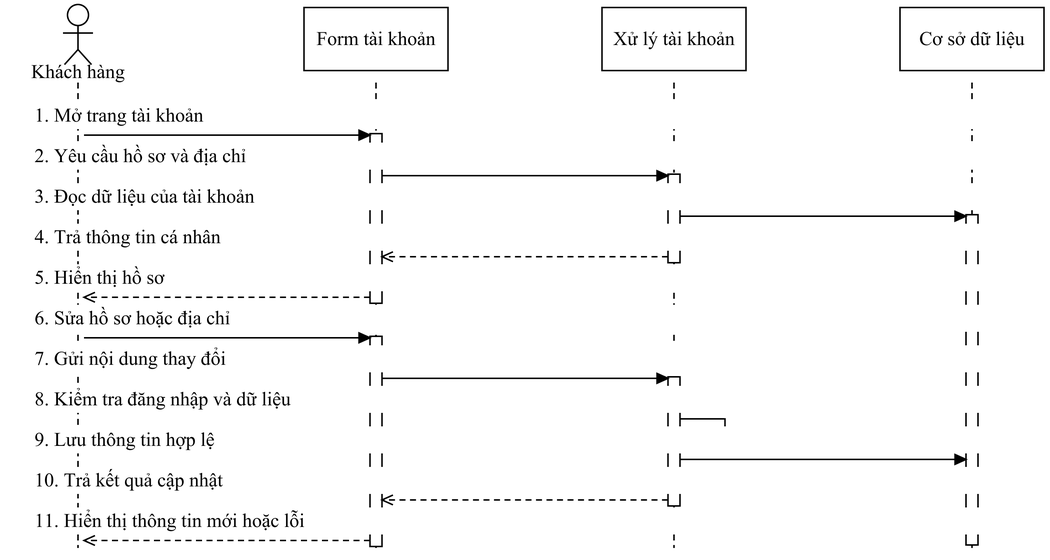
Earlier version of the draw.io export docs/do-an-LSOUL/So-do-LSOUL-rut-gon/anh-png/SEQ-04.png (Loccao102/BanHang). Source tidied: cells renumbered, new cells last; positions are measured from the earlier drawing's top-left corner, leaving out a move shared by most shapes.
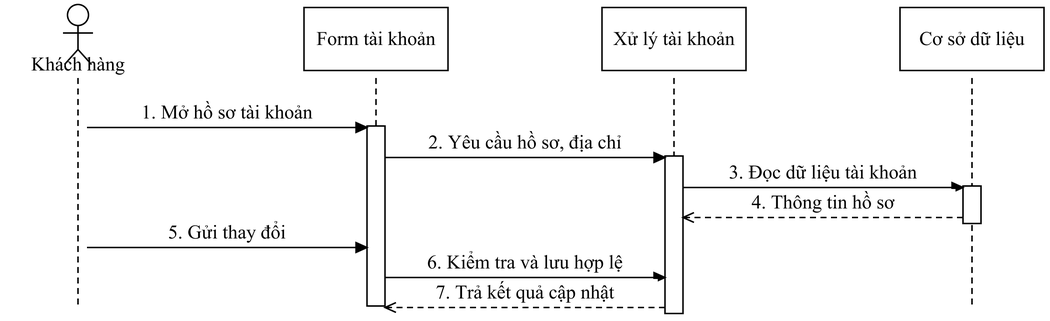
The same diagram one commit later.

What changed in the source:
```diff
@@ -6,4 +6,4 @@
       <mxGeometry relative="1" as="geometry">
-        <mxPoint x="48" y="52" as="sourcePoint" />
-        <mxPoint x="48" y="362" as="targetPoint" />
+        <mxPoint x="48" y="49" as="sourcePoint" />
+        <mxPoint x="48" y="203" as="targetPoint" />
       </mxGeometry>
@@ -12,4 +12,4 @@
       <mxGeometry relative="1" as="geometry">
-        <mxPoint x="246.7" y="52" as="sourcePoint" />
-        <mxPoint x="246.7" y="362" as="targetPoint" />
+        <mxPoint x="246.7" y="49" as="sourcePoint" />
+        <mxPoint x="246.7" y="203" as="targetPoint" />
       </mxGeometry>
@@ -18,4 +18,4 @@
       <mxGeometry relative="1" as="geometry">
-        <mxPoint x="445.3" y="52" as="sourcePoint" />
-        <mxPoint x="445.3" y="362" as="targetPoint" />
+        <mxPoint x="445.3" y="49" as="sourcePoint" />
+        <mxPoint x="445.3" y="203" as="targetPoint" />
       </mxGeometry>
@@ -24,4 +24,4 @@
       <mxGeometry relative="1" as="geometry">
-        <mxPoint x="644" y="52" as="sourcePoint" />
-        <mxPoint x="644" y="362" as="targetPoint" />
+        <mxPoint x="644" y="49" as="sourcePoint" />
+        <mxPoint x="644" y="203" as="targetPoint" />
       </mxGeometry>
@@ -29,18 +29,21 @@
     <mxCell id="6" style="fontFamily=Times New Roman;fontSize=13;fontColor=#000000;strokeColor=#000000;strokeWidth=1;fillColor=#FFFFFF;shadow=0;rounded=0;html=0;whiteSpace=wrap;spacing=5;align=center;verticalAlign=middle;" parent="1" vertex="1">
-      <mxGeometry x="441.3" y="113" width="8" height="59" as="geometry" />
+      <mxGeometry x="638" y="121" width="12" height="25" as="geometry" />
     </mxCell>
     <mxCell id="7" style="fontFamily=Times New Roman;fontSize=13;fontColor=#000000;strokeColor=#000000;strokeWidth=1;fillColor=#FFFFFF;shadow=0;rounded=0;html=0;whiteSpace=wrap;spacing=5;align=center;verticalAlign=middle;" parent="1" vertex="1">
-      <mxGeometry x="242.7" y="86" width="8" height="113" as="geometry" />
+      <mxGeometry x="439.3" y="101" width="12" height="105" as="geometry" />
     </mxCell>
     <mxCell id="8" style="fontFamily=Times New Roman;fontSize=13;fontColor=#000000;strokeColor=#000000;strokeWidth=1;fillColor=#FFFFFF;shadow=0;rounded=0;html=0;whiteSpace=wrap;spacing=5;align=center;verticalAlign=middle;" parent="1" vertex="1">
-      <mxGeometry x="441.3" y="248" width="8" height="86" as="geometry" />
+      <mxGeometry x="240.7" y="81" width="12" height="120" as="geometry" />
     </mxCell>
-    <mxCell id="9" style="fontFamily=Times New Roman;fontSize=13;fontColor=#000000;strokeColor=#000000;strokeWidth=1;fillColor=#FFFFFF;shadow=0;rounded=0;html=0;whiteSpace=wrap;spacing=5;align=center;verticalAlign=middle;" parent="1" vertex="1">
-      <mxGeometry x="242.7" y="221" width="8" height="140" as="geometry" />
+    <mxCell id="9" value="1. Mở hồ sơ tài khoản" style="fontFamily=Times New Roman;fontSize=13;fontColor=#000000;strokeColor=#000000;strokeWidth=1;fillColor=#FFFFFF;shadow=0;rounded=0;html=0;whiteSpace=wrap;spacing=5;text;strokeColor=none;fillColor=none;align=center;verticalAlign=middle;fillColor=#FFFFFF;" parent="1" vertex="1">
+      <mxGeometry x="59" y="63" width="176.7" height="18" as="geometry" />
     </mxCell>
-    <mxCell id="10" style="fontFamily=Times New Roman;fontSize=13;fontColor=#000000;strokeColor=#000000;strokeWidth=1;fillColor=#FFFFFF;shadow=0;rounded=0;html=0;whiteSpace=wrap;spacing=5;align=center;verticalAlign=middle;" parent="1" vertex="1">
-      <mxGeometry x="640" y="140" width="8" height="220" as="geometry" />
+    <mxCell id="10" style="fontFamily=Times New Roman;fontSize=13;fontColor=#000000;strokeColor=#000000;strokeWidth=1;fillColor=#FFFFFF;shadow=0;rounded=0;html=0;whiteSpace=wrap;spacing=5;endArrow=block;endFill=1;startArrow=none;" parent="1" edge="1">
+      <mxGeometry relative="1" as="geometry">
+        <mxPoint x="54" y="82" as="sourcePoint" />
+        <mxPoint x="240.7" y="82" as="targetPoint" />
+      </mxGeometry>
     </mxCell>
-    <mxCell id="11" value="1. Mở trang tài khoản" style="fontFamily=Times New Roman;fontSize=13;fontColor=#000000;strokeColor=#000000;strokeWidth=1;fillColor=#FFFFFF;shadow=0;rounded=0;html=0;whiteSpace=wrap;spacing=5;text;strokeColor=none;fillColor=none;align=left;verticalAlign=middle;fillColor=#FFFFFF;" parent="1" vertex="1">
-      <mxGeometry x="14" y="65" width="664" height="18" as="geometry" />
+    <mxCell id="11" value="2. Yêu cầu hồ sơ, địa chỉ" style="fontFamily=Times New Roman;fontSize=13;fontColor=#000000;strokeColor=#000000;strokeWidth=1;fillColor=#FFFFFF;shadow=0;rounded=0;html=0;whiteSpace=wrap;spacing=5;text;strokeColor=none;fillColor=none;align=center;verticalAlign=middle;fillColor=#FFFFFF;" parent="1" vertex="1">
+      <mxGeometry x="257.7" y="83" width="176.7" height="18" as="geometry" />
     </mxCell>
@@ -48,8 +51,8 @@
       <mxGeometry relative="1" as="geometry">
-        <mxPoint x="52" y="87" as="sourcePoint" />
-        <mxPoint x="242.7" y="87" as="targetPoint" />
+        <mxPoint x="252.7" y="102" as="sourcePoint" />
+        <mxPoint x="439.3" y="102" as="targetPoint" />
       </mxGeometry>
     </mxCell>
-    <mxCell id="13" value="2. Yêu cầu hồ sơ và địa chỉ" style="fontFamily=Times New Roman;fontSize=13;fontColor=#000000;strokeColor=#000000;strokeWidth=1;fillColor=#FFFFFF;shadow=0;rounded=0;html=0;whiteSpace=wrap;spacing=5;text;strokeColor=none;fillColor=none;align=left;verticalAlign=middle;fillColor=#FFFFFF;" parent="1" vertex="1">
-      <mxGeometry x="14" y="92" width="664" height="18" as="geometry" />
+    <mxCell id="13" value="3. Đọc dữ liệu tài khoản" style="fontFamily=Times New Roman;fontSize=13;fontColor=#000000;strokeColor=#000000;strokeWidth=1;fillColor=#FFFFFF;shadow=0;rounded=0;html=0;whiteSpace=wrap;spacing=5;text;strokeColor=none;fillColor=none;align=center;verticalAlign=middle;fillColor=#FFFFFF;" parent="1" vertex="1">
+      <mxGeometry x="456.3" y="103" width="176.7" height="18" as="geometry" />
     </mxCell>
@@ -57,121 +60,72 @@
       <mxGeometry relative="1" as="geometry">
-        <mxPoint x="250.7" y="114" as="sourcePoint" />
-        <mxPoint x="441.3" y="114" as="targetPoint" />
+        <mxPoint x="451.3" y="122" as="sourcePoint" />
+        <mxPoint x="638" y="122" as="targetPoint" />
       </mxGeometry>
     </mxCell>
-    <mxCell id="15" value="3. Đọc dữ liệu của tài khoản" style="fontFamily=Times New Roman;fontSize=13;fontColor=#000000;strokeColor=#000000;strokeWidth=1;fillColor=#FFFFFF;shadow=0;rounded=0;html=0;whiteSpace=wrap;spacing=5;text;strokeColor=none;fillColor=none;align=left;verticalAlign=middle;fillColor=#FFFFFF;" parent="1" vertex="1">
-      <mxGeometry x="14" y="119" width="664" height="18" as="geometry" />
+    <mxCell id="15" value="4. Thông tin hồ sơ" style="fontFamily=Times New Roman;fontSize=13;fontColor=#000000;strokeColor=#000000;strokeWidth=1;fillColor=#FFFFFF;shadow=0;rounded=0;html=0;whiteSpace=wrap;spacing=5;text;strokeColor=none;fillColor=none;align=center;verticalAlign=middle;fillColor=#FFFFFF;" parent="1" vertex="1">
+      <mxGeometry x="456.3" y="123" width="176.7" height="18" as="geometry" />
     </mxCell>
-    <mxCell id="16" style="fontFamily=Times New Roman;fontSize=13;fontColor=#000000;strokeColor=#000000;strokeWidth=1;fillColor=#FFFFFF;shadow=0;rounded=0;html=0;whiteSpace=wrap;spacing=5;endArrow=block;endFill=1;startArrow=none;" parent="1" edge="1">
+    <mxCell id="16" style="fontFamily=Times New Roman;fontSize=13;fontColor=#000000;strokeColor=#000000;strokeWidth=1;fillColor=#FFFFFF;shadow=0;rounded=0;html=0;whiteSpace=wrap;spacing=5;endArrow=open;endFill=1;startArrow=none;dashed=1;dashPattern=4 3;" parent="1" edge="1">
       <mxGeometry relative="1" as="geometry">
-        <mxPoint x="449.3" y="141" as="sourcePoint" />
-        <mxPoint x="640" y="141" as="targetPoint" />
+        <mxPoint x="638" y="142" as="sourcePoint" />
+        <mxPoint x="451.3" y="142" as="targetPoint" />
       </mxGeometry>
     </mxCell>
-    <mxCell id="17" value="4. Trả thông tin cá nhân" style="fontFamily=Times New Roman;fontSize=13;fontColor=#000000;strokeColor=#000000;strokeWidth=1;fillColor=#FFFFFF;shadow=0;rounded=0;html=0;whiteSpace=wrap;spacing=5;text;strokeColor=none;fillColor=none;align=left;verticalAlign=middle;fillColor=#FFFFFF;" parent="1" vertex="1">
-      <mxGeometry x="14" y="146" width="664" height="18" as="geometry" />
+    <mxCell id="17" value="5. Gửi thay đổi" style="fontFamily=Times New Roman;fontSize=13;fontColor=#000000;strokeColor=#000000;strokeWidth=1;fillColor=#FFFFFF;shadow=0;rounded=0;html=0;whiteSpace=wrap;spacing=5;text;strokeColor=none;fillColor=none;align=center;verticalAlign=middle;fillColor=#FFFFFF;" parent="1" vertex="1">
+      <mxGeometry x="59" y="143" width="176.7" height="18" as="geometry" />
     </mxCell>
-    <mxCell id="18" style="fontFamily=Times New Roman;fontSize=13;fontColor=#000000;strokeColor=#000000;strokeWidth=1;fillColor=#FFFFFF;shadow=0;rounded=0;html=0;whiteSpace=wrap;spacing=5;endArrow=open;endFill=1;startArrow=none;dashed=1;dashPattern=4 3;" parent="1" edge="1">
+    <mxCell id="18" style="fontFamily=Times New Roman;fontSize=13;fontColor=#000000;strokeColor=#000000;strokeWidth=1;fillColor=#FFFFFF;shadow=0;rounded=0;html=0;whiteSpace=wrap;spacing=5;endArrow=block;endFill=1;startArrow=none;" parent="1" edge="1">
       <mxGeometry relative="1" as="geometry">
-        <mxPoint x="441.3" y="168" as="sourcePoint" />
-        <mxPoint x="250.7" y="168" as="targetPoint" />
+        <mxPoint x="54" y="162" as="sourcePoint" />
+        <mxPoint x="240.7" y="162" as="targetPoint" />
       </mxGeometry>
     </mxCell>
-    <mxCell id="19" value="5. Hiển thị hồ sơ" style="fontFamily=Times New Roman;fontSize=13;fontColor=#000000;strokeColor=#000000;strokeWidth=1;fillColor=#FFFFFF;shadow=0;rounded=0;html=0;whiteSpace=wrap;spacing=5;text;strokeColor=none;fillColor=none;align=left;verticalAlign=middle;fillColor=#FFFFFF;" parent="1" vertex="1">
-      <mxGeometry x="14" y="173" width="664" height="18" as="geometry" />
+    <mxCell id="19" value="6. Kiểm tra và lưu hợp lệ" style="fontFamily=Times New Roman;fontSize=13;fontColor=#000000;strokeColor=#000000;strokeWidth=1;fillColor=#FFFFFF;shadow=0;rounded=0;html=0;whiteSpace=wrap;spacing=5;text;strokeColor=none;fillColor=none;align=center;verticalAlign=middle;fillColor=#FFFFFF;" parent="1" vertex="1">
+      <mxGeometry x="257.7" y="163" width="176.7" height="18" as="geometry" />
     </mxCell>
-    <mxCell id="20" style="fontFamily=Times New Roman;fontSize=13;fontColor=#000000;strokeColor=#000000;strokeWidth=1;fillColor=#FFFFFF;shadow=0;rounded=0;html=0;whiteSpace=wrap;spacing=5;endArrow=open;endFill=1;startArrow=none;dashed=1;dashPattern=4 3;" parent="1" edge="1">
+    <mxCell id="20" style="fontFamily=Times New Roman;fontSize=13;fontColor=#000000;strokeColor=#000000;strokeWidth=1;fillColor=#FFFFFF;shadow=0;rounded=0;html=0;whiteSpace=wrap;spacing=5;endArrow=block;endFill=1;startArrow=none;" parent="1" edge="1">
       <mxGeometry relative="1" as="geometry">
-        <mxPoint x="242.7" y="195" as="sourcePoint" />
-        <mxPoint x="52" y="195" as="targetPoint" />
+        <mxPoint x="252.7" y="182" as="sourcePoint" />
+        <mxPoint x="439.3" y="182" as="targetPoint" />
       </mxGeometry>
     </mxCell>
-    <mxCell id="21" value="6. Sửa hồ sơ hoặc địa chỉ" style="fontFamily=Times New Roman;fontSize=13;fontColor=#000000;strokeColor=#000000;strokeWidth=1;fillColor=#FFFFFF;shadow=0;rounded=0;html=0;whiteSpace=wrap;spacing=5;text;strokeColor=none;fillColor=none;align=left;verticalAlign=middle;fillColor=#FFFFFF;" parent="1" vertex="1">
-      <mxGeometry x="14" y="200" width="664" height="18" as="geometry" />
+    <mxCell id="21" value="7. Trả kết quả cập nhật" style="fontFamily=Times New Roman;fontSize=13;fontColor=#000000;strokeColor=#000000;strokeWidth=1;fillColor=#FFFFFF;shadow=0;rounded=0;html=0;whiteSpace=wrap;spacing=5;text;strokeColor=none;fillColor=none;align=center;verticalAlign=middle;fillColor=#FFFFFF;" parent="1" vertex="1">
+      <mxGeometry x="257.7" y="183" width="176.7" height="18" as="geometry" />
     </mxCell>
-    <mxCell id="22" style="fontFamily=Times New Roman;fontSize=13;fontColor=#000000;strokeColor=#000000;strokeWidth=1;fillColor=#FFFFFF;shadow=0;rounded=0;html=0;whiteSpace=wrap;spacing=5;endArrow=block;endFill=1;startArrow=none;" parent="1" edge="1">
+    <mxCell id="22" style="fontFamily=Times New Roman;fontSize=13;fontColor=#000000;strokeColor=#000000;strokeWidth=1;fillColor=#FFFFFF;shadow=0;rounded=0;html=0;whiteSpace=wrap;spacing=5;endArrow=open;endFill=1;startArrow=none;dashed=1;dashPattern=4 3;" parent="1" edge="1">
       <mxGeometry relative="1" as="geometry">
-        <mxPoint x="52" y="222" as="sourcePoint" />
-        <mxPoint x="242.7" y="222" as="targetPoint" />
+        <mxPoint x="439.3" y="202" as="sourcePoint" />
+        <mxPoint x="252.7" y="202" as="targetPoint" />
       </mxGeometry>
     </mxCell>
-    <mxCell id="23" value="7. Gửi nội dung thay đổi" style="fontFamily=Times New Roman;fontSize=13;fontColor=#000000;strokeColor=#000000;strokeWidth=1;fillColor=#FFFFFF;shadow=0;rounded=0;html=0;whiteSpace=wrap;spacing=5;text;strokeColor=none;fillColor=none;align=left;verticalAlign=middle;fillColor=#FFFFFF;" parent="1" vertex="1">
-      <mxGeometry x="14" y="227" width="664" height="18" as="geometry" />
+    <mxCell id="23" style="fontFamily=Times New Roman;fontSize=13;fontColor=#000000;strokeColor=#000000;strokeWidth=1;fillColor=#FFFFFF;shadow=0;rounded=0;html=0;whiteSpace=wrap;spacing=5;ellipse;perimeter=ellipsePerimeter;align=center;verticalAlign=middle;" parent="1" vertex="1">
+      <mxGeometry x="41" width="14" height="14" as="geometry" />
     </mxCell>
-    <mxCell id="24" style="fontFamily=Times New Roman;fontSize=13;fontColor=#000000;strokeColor=#000000;strokeWidth=1;fillColor=#FFFFFF;shadow=0;rounded=0;html=0;whiteSpace=wrap;spacing=5;endArrow=block;endFill=1;startArrow=none;" parent="1" edge="1">
+    <mxCell id="24" style="fontFamily=Times New Roman;fontSize=13;fontColor=#000000;strokeColor=#000000;strokeWidth=1;fillColor=#FFFFFF;shadow=0;rounded=0;html=0;whiteSpace=wrap;spacing=5;endArrow=none;endFill=1;startArrow=none;" parent="1" edge="1">
       <mxGeometry relative="1" as="geometry">
-        <mxPoint x="250.7" y="249" as="sourcePoint" />
-        <mxPoint x="441.3" y="249" as="targetPoint" />
+        <mxPoint x="48" y="14" as="sourcePoint" />
+        <mxPoint x="48" y="30" as="targetPoint" />
       </mxGeometry>
     </mxCell>
-    <mxCell id="25" value="8. Kiểm tra đăng nhập và dữ liệu" style="fontFamily=Times New Roman;fontSize=13;fontColor=#000000;strokeColor=#000000;strokeWidth=1;fillColor=#FFFFFF;shadow=0;rounded=0;html=0;whiteSpace=wrap;spacing=5;text;strokeColor=none;fillColor=none;align=left;verticalAlign=middle;fillColor=#FFFFFF;" parent="1" vertex="1">
-      <mxGeometry x="14" y="254" width="664" height="18" as="geometry" />
+    <mxCell id="25" style="fontFamily=Times New Roman;fontSize=13;fontColor=#000000;strokeColor=#000000;strokeWidth=1;fillColor=#FFFFFF;shadow=0;rounded=0;html=0;whiteSpace=wrap;spacing=5;endArrow=none;endFill=1;startArrow=none;" parent="1" edge="1">
+      <mxGeometry relative="1" as="geometry">
+        <mxPoint x="38" y="19" as="sourcePoint" />
+        <mxPoint x="58" y="19" as="targetPoint" />
+      </mxGeometry>
     </mxCell>
-    <mxCell id="26" style="fontFamily=Times New Roman;fontSize=13;fontColor=#000000;strokeColor=#000000;strokeWidth=1;fillColor=#FFFFFF;shadow=0;rounded=0;html=0;whiteSpace=wrap;spacing=5;endArrow=block;endFill=1;startArrow=none;" parent="1" edge="1">
+    <mxCell id="26" style="fontFamily=Times New Roman;fontSize=13;fontColor=#000000;strokeColor=#000000;strokeWidth=1;fillColor=#FFFFFF;shadow=0;rounded=0;html=0;whiteSpace=wrap;spacing=5;endArrow=none;endFill=1;startArrow=none;" parent="1" edge="1">
       <mxGeometry relative="1" as="geometry">
-        <mxPoint x="449.3" y="276" as="sourcePoint" />
-        <mxPoint x="450.3" y="288" as="targetPoint" />
-        <Array as="points">
-          <mxPoint x="479.3" y="276" />
-          <mxPoint x="479.3" y="288" />
-        </Array>
+        <mxPoint x="48" y="30" as="sourcePoint" />
+        <mxPoint x="39" y="40" as="targetPoint" />
       </mxGeometry>
     </mxCell>
-    <mxCell id="27" value="9. Lưu thông tin hợp lệ" style="fontFamily=Times New Roman;fontSize=13;fontColor=#000000;strokeColor=#000000;strokeWidth=1;fillColor=#FFFFFF;shadow=0;rounded=0;html=0;whiteSpace=wrap;spacing=5;text;strokeColor=none;fillColor=none;align=left;verticalAlign=middle;fillColor=#FFFFFF;" parent="1" vertex="1">
-      <mxGeometry x="14" y="281" width="664" height="18" as="geometry" />
+    <mxCell id="27" style="fontFamily=Times New Roman;fontSize=13;fontColor=#000000;strokeColor=#000000;strokeWidth=1;fillColor=#FFFFFF;shadow=0;rounded=0;html=0;whiteSpace=wrap;spacing=5;endArrow=none;endFill=1;startArrow=none;" parent="1" edge="1">
+      <mxGeometry relative="1" as="geometry">
+        <mxPoint x="48" y="30" as="sourcePoint" />
+        <mxPoint x="57" y="40" as="targetPoint" />
+      </mxGeometry>
     </mxCell>
-    <mxCell id="28" style="fontFamily=Times New Roman;fontSize=13;fontColor=#000000;strokeColor=#000000;strokeWidth=1;fillColor=#FFFFFF;shadow=0;rounded=0;html=0;whiteSpace=wrap;spacing=5;endArrow=block;endFill=1;startArrow=none;" parent="1" edge="1">
-      <mxGeometry relative="1" as="geometry">
-        <mxPoint x="449.3" y="303" as="sourcePoint" />
-        <mxPoint x="640" y="303" as="targetPoint" />
-      </mxGeometry>
+    <mxCell id="28" value="Khách hàng" style="fontFamily=Times New Roman;fontSize=13;fontColor=#000000;strokeColor=#000000;strokeWidth=1;fillColor=#FFFFFF;shadow=0;rounded=0;html=0;whiteSpace=wrap;spacing=5;text;strokeColor=none;fillColor=none;align=center;verticalAlign=middle;" parent="1" vertex="1">
+      <mxGeometry y="32" width="96" height="16" as="geometry" />
     </mxCell>
-    <mxCell id="29" value="10. Trả kết quả cập nhật" style="fontFamily=Times New Roman;fontSize=13;fontColor=#000000;strokeColor=#000000;strokeWidth=1;fillColor=#FFFFFF;shadow=0;rounded=0;html=0;whiteSpace=wrap;spacing=5;text;strokeColor=none;fillColor=none;align=left;verticalAlign=middle;fillColor=#FFFFFF;" parent="1" vertex="1">
-      <mxGeometry x="14" y="308" width="664" height="18" as="geometry" />
-    </mxCell>
-    <mxCell id="30" style="fontFamily=Times New Roman;fontSize=13;fontColor=#000000;strokeColor=#000000;strokeWidth=1;fillColor=#FFFFFF;shadow=0;rounded=0;html=0;whiteSpace=wrap;spacing=5;endArrow=open;endFill=1;startArrow=none;dashed=1;dashPattern=4 3;" parent="1" edge="1">
-      <mxGeometry relative="1" as="geometry">
-        <mxPoint x="441.3" y="330" as="sourcePoint" />
-        <mxPoint x="250.7" y="330" as="targetPoint" />
-      </mxGeometry>
-    </mxCell>
-    <mxCell id="31" value="11. Hiển thị thông tin mới hoặc lỗi" style="fontFamily=Times New Roman;fontSize=13;fontColor=#000000;strokeColor=#000000;strokeWidth=1;fillColor=#FFFFFF;shadow=0;rounded=0;html=0;whiteSpace=wrap;spacing=5;text;strokeColor=none;fillColor=none;align=left;verticalAlign=middle;fillColor=#FFFFFF;" parent="1" vertex="1">
-      <mxGeometry x="14" y="335" width="664" height="18" as="geometry" />
-    </mxCell>
-    <mxCell id="32" style="fontFamily=Times New Roman;fontSize=13;fontColor=#000000;strokeColor=#000000;strokeWidth=1;fillColor=#FFFFFF;shadow=0;rounded=0;html=0;whiteSpace=wrap;spacing=5;endArrow=open;endFill=1;startArrow=none;dashed=1;dashPattern=4 3;" parent="1" edge="1">
-      <mxGeometry relative="1" as="geometry">
-        <mxPoint x="242.7" y="357" as="sourcePoint" />
-        <mxPoint x="52" y="357" as="targetPoint" />
-      </mxGeometry>
-    </mxCell>
-    <mxCell id="33" style="fontFamily=Times New Roman;fontSize=13;fontColor=#000000;strokeColor=#000000;strokeWidth=1;fillColor=#FFFFFF;shadow=0;rounded=0;html=0;whiteSpace=wrap;spacing=5;ellipse;perimeter=ellipsePerimeter;align=center;verticalAlign=middle;" parent="1" vertex="1">
-      <mxGeometry x="41" width="14" height="14" as="geometry" />
-    </mxCell>
-    <mxCell id="34" style="fontFamily=Times New Roman;fontSize=13;fontColor=#000000;strokeColor=#000000;strokeWidth=1;fillColor=#FFFFFF;shadow=0;rounded=0;html=0;whiteSpace=wrap;spacing=5;endArrow=none;endFill=1;startArrow=none;" parent="1" edge="1">
-      <mxGeometry relative="1" as="geometry">
-        <mxPoint x="48" y="14" as="sourcePoint" />
-        <mxPoint x="48" y="30" as="targetPoint" />
-      </mxGeometry>
-    </mxCell>
-    <mxCell id="35" style="fontFamily=Times New Roman;fontSize=13;fontColor=#000000;strokeColor=#000000;strokeWidth=1;fillColor=#FFFFFF;shadow=0;rounded=0;html=0;whiteSpace=wrap;spacing=5;endArrow=none;endFill=1;startArrow=none;" parent="1" edge="1">
-      <mxGeometry relative="1" as="geometry">
-        <mxPoint x="38" y="19" as="sourcePoint" />
-        <mxPoint x="58" y="19" as="targetPoint" />
-      </mxGeometry>
-    </mxCell>
-    <mxCell id="36" style="fontFamily=Times New Roman;fontSize=13;fontColor=#000000;strokeColor=#000000;strokeWidth=1;fillColor=#FFFFFF;shadow=0;rounded=0;html=0;whiteSpace=wrap;spacing=5;endArrow=none;endFill=1;startArrow=none;" parent="1" edge="1">
-      <mxGeometry relative="1" as="geometry">
-        <mxPoint x="48" y="30" as="sourcePoint" />
-        <mxPoint x="39" y="40" as="targetPoint" />
-      </mxGeometry>
-    </mxCell>
-    <mxCell id="37" style="fontFamily=Times New Roman;fontSize=13;fontColor=#000000;strokeColor=#000000;strokeWidth=1;fillColor=#FFFFFF;shadow=0;rounded=0;html=0;whiteSpace=wrap;spacing=5;endArrow=none;endFill=1;startArrow=none;" parent="1" edge="1">
-      <mxGeometry relative="1" as="geometry">
-        <mxPoint x="48" y="30" as="sourcePoint" />
-        <mxPoint x="57" y="40" as="targetPoint" />
-      </mxGeometry>
-    </mxCell>
-    <mxCell id="38" value="Khách hàng" style="fontFamily=Times New Roman;fontSize=13;fontColor=#000000;strokeColor=#000000;strokeWidth=1;fillColor=#FFFFFF;shadow=0;rounded=0;html=0;whiteSpace=wrap;spacing=5;text;strokeColor=none;fillColor=none;align=center;verticalAlign=middle;" parent="1" vertex="1">
-      <mxGeometry y="37" width="96" height="16" as="geometry" />
-    </mxCell>
     <mxCell id="39" value="Form tài khoản" style="fontFamily=Times New Roman;fontSize=13;fontColor=#000000;strokeColor=#000000;strokeWidth=1;fillColor=#FFFFFF;shadow=0;rounded=0;html=0;whiteSpace=wrap;spacing=5;align=center;verticalAlign=middle;" parent="1" vertex="1">
```
